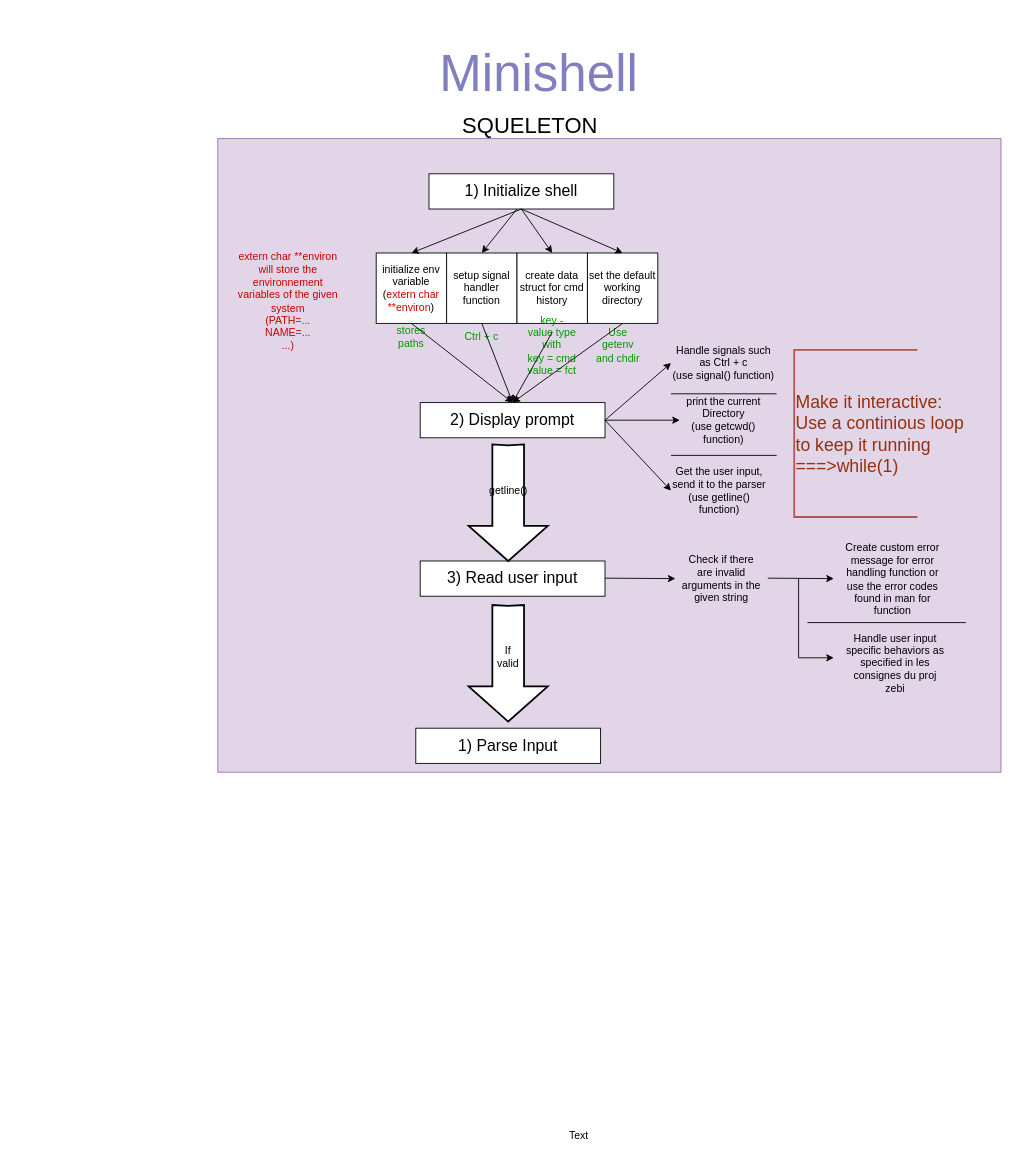
Before: Diagramme sans nom.drawio in Guilhemdk/Minishell_graph, a draw.io diagram. Source tidied: cells renumbered, new cells numbered last; positions are measured from the earlier drawing's top-left corner, leaving out a move shared by most shapes. Both pictures are drawn from the tidied source at 88%, with x=0, y=0 at pixel (217, 50).
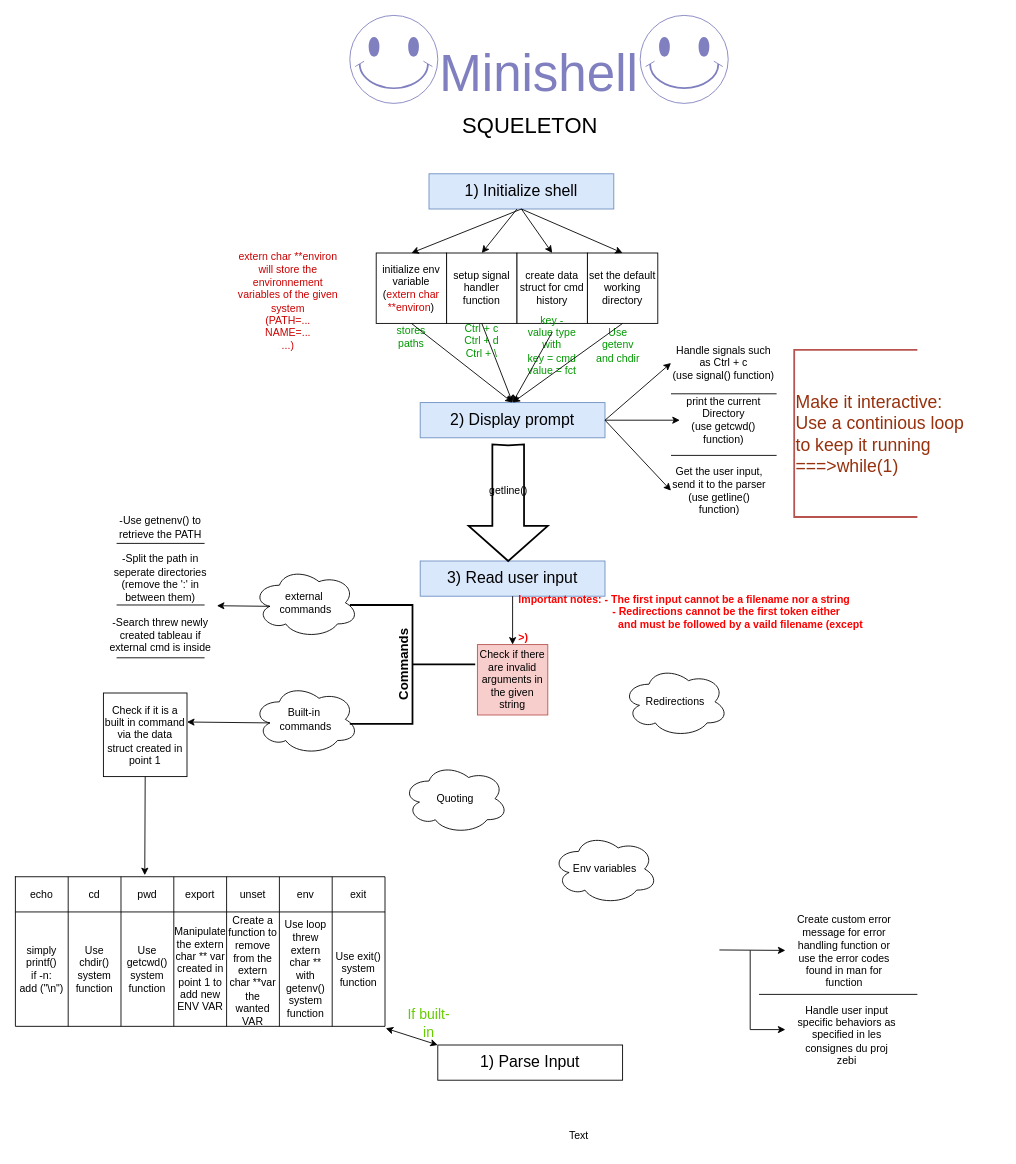
The same page after the edit.

What changed in the source:
```diff
@@
-    <mxCell id="2" style="rounded=0;whiteSpace=wrap;html=1;fillColor=#e1d5e7;strokeColor=#9673a6;" parent="1" vertex="1">
-      <mxGeometry y="100" width="890" height="720" as="geometry" />
-    </mxCell>
+    <mxCell id="47" value="Check if it is a built in command via the data struct created in point 1" style="whiteSpace=wrap;html=1;" parent="1" vertex="1">
+      <mxGeometry x="-130" y="730" width="95" height="95" as="geometry" />
+    </mxCell>
@@
-    <mxCell id="5" value="&lt;font style=&quot;font-size: 18px;&quot;&gt;2) Display prompt&lt;/font&gt;" style="rounded=0;whiteSpace=wrap;html=1;" parent="1" vertex="1">
+    <mxCell id="5" value="&lt;font style=&quot;font-size: 18px;&quot;&gt;2) Display prompt&lt;/font&gt;" style="rounded=0;whiteSpace=wrap;html=1;fillColor=#dae8fc;strokeColor=#6c8ebf;" parent="1" vertex="1">
       <mxGeometry x="230" y="400" width="210" height="40" as="geometry" />
     </mxCell>
-    <mxCell id="6" value="&lt;font style=&quot;font-size: 18px;&quot;&gt;3) Read user input&lt;br&gt;&lt;/font&gt;" style="rounded=0;whiteSpace=wrap;html=1;" parent="1" vertex="1">
+    <mxCell id="6" value="&lt;font style=&quot;font-size: 18px;&quot;&gt;3) Read user input&lt;br&gt;&lt;/font&gt;" style="rounded=0;whiteSpace=wrap;html=1;fillColor=#dae8fc;strokeColor=#6c8ebf;" parent="1" vertex="1">
       <mxGeometry x="230" y="580" width="210" height="40" as="geometry" />
     </mxCell>
     <mxCell id="7" value="&lt;font style=&quot;font-size: 18px;&quot;&gt;1) Parse Input&lt;br&gt;&lt;/font&gt;" style="rounded=0;whiteSpace=wrap;html=1;" parent="1" vertex="1">
-      <mxGeometry x="225" y="770" width="210" height="40" as="geometry" />
+      <mxGeometry x="250" y="1130" width="210" height="40" as="geometry" />
     </mxCell>
@@
-    <mxCell id="19" value="&lt;font style=&quot;font-size: 18px;&quot;&gt;1) Initialize shell&lt;/font&gt;" style="rounded=0;whiteSpace=wrap;html=1;" parent="1" vertex="1">
+    <mxCell id="19" value="&lt;font style=&quot;font-size: 18px;&quot;&gt;1) Initialize shell&lt;/font&gt;" style="rounded=0;whiteSpace=wrap;html=1;fillColor=#dae8fc;strokeColor=#6c8ebf;" parent="1" vertex="1">
       <mxGeometry x="240" y="140" width="210" height="40" as="geometry" />
     </mxCell>
@@
-    <mxCell id="24" value="&lt;font color=&quot;#009900&quot;&gt;Ctrl + c&lt;br&gt;&lt;/font&gt;" style="text;html=1;align=center;verticalAlign=middle;whiteSpace=wrap;rounded=0;" parent="1" vertex="1">
-      <mxGeometry x="270" y="310" width="60" height="30" as="geometry" />
+    <mxCell id="24" value="&lt;div&gt;&lt;font color=&quot;#009900&quot;&gt;Ctrl + c&lt;/font&gt;&lt;/div&gt;&lt;div&gt;&lt;font color=&quot;#009900&quot;&gt;Ctrl + d&lt;/font&gt;&lt;/div&gt;&lt;div&gt;&lt;font color=&quot;#009900&quot;&gt;Ctrl + \&lt;br&gt;&lt;/font&gt;&lt;/div&gt;" style="text;html=1;align=center;verticalAlign=middle;whiteSpace=wrap;rounded=0;" parent="1" vertex="1">
+      <mxGeometry x="270" y="310" width="60" height="40" as="geometry" />
     </mxCell>
@@
-    <mxCell id="36" style="endArrow=classic;html=1;rounded=0;" parent="1" edge="1">
-      <mxGeometry relative="1" as="geometry">
-        <mxPoint x="440" y="599.5" as="sourcePoint" />
-        <mxPoint x="520" y="600" as="targetPoint" />
-      </mxGeometry>
-    </mxCell>
-    <mxCell id="37" value="Check if there are invalid arguments in the given string" style="text;html=1;align=center;verticalAlign=middle;whiteSpace=wrap;rounded=0;" parent="1" vertex="1">
-      <mxGeometry x="525" y="567.5" width="95" height="65" as="geometry" />
-    </mxCell>
     <mxCell id="38" style="endArrow=classic;html=1;rounded=0;" parent="1" edge="1">
       <mxGeometry relative="1" as="geometry">
-        <mxPoint x="625" y="599.5" as="sourcePoint" />
-        <mxPoint x="700" y="600" as="targetPoint" />
+        <mxPoint x="570" y="1022" as="sourcePoint" />
+        <mxPoint x="645" y="1022.5" as="targetPoint" />
       </mxGeometry>
     </mxCell>
-    <mxCell id="39" style="verticalLabelPosition=bottom;verticalAlign=top;html=1;strokeWidth=2;shape=mxgraph.arrows2.arrow;dy=0.6;dx=40;notch=1;direction=south;" parent="1" vertex="1">
-      <mxGeometry x="285" y="630" width="90" height="132.5" as="geometry" />
-    </mxCell>
     <mxCell id="40" style="endArrow=classic;html=1;rounded=0;" parent="1" edge="1">
       <mxGeometry relative="1" as="geometry">
-        <mxPoint x="660" y="600" as="sourcePoint" />
-        <mxPoint x="700" y="690" as="targetPoint" />
+        <mxPoint x="605" y="1022.5" as="sourcePoint" />
+        <mxPoint x="645" y="1112.5" as="targetPoint" />
         <Array as="points">
-          <mxPoint x="660" y="690" />
+          <mxPoint x="605" y="1112.5" />
         </Array>
       </mxGeometry>
     </mxCell>
     <mxCell id="41" value="Handle user input specific behaviors as specified in les consignes du proj zebi" style="text;html=1;align=center;verticalAlign=middle;whiteSpace=wrap;rounded=0;" parent="1" vertex="1">
-      <mxGeometry x="710" y="661.2" width="120" height="70" as="geometry" />
+      <mxGeometry x="655" y="1083.8" width="120" height="70" as="geometry" />
     </mxCell>
     <mxCell id="42" style="endArrow=none;html=1;rounded=0;" parent="1" edge="1">
       <mxGeometry relative="1" as="geometry">
-        <mxPoint x="670" y="650" as="sourcePoint" />
-        <mxPoint x="850" y="650" as="targetPoint" />
+        <mxPoint x="615" y="1072.5" as="sourcePoint" />
+        <mxPoint x="795" y="1072.5" as="targetPoint" />
       </mxGeometry>
     </mxCell>
     <mxCell id="43" value="Create custom error message for error handling function or use the error codes found in man for function" style="text;html=1;align=center;verticalAlign=middle;whiteSpace=wrap;rounded=0;" parent="1" vertex="1">
-      <mxGeometry x="707" y="567.5" width="120" height="67.5" as="geometry" />
+      <mxGeometry x="652" y="990" width="120" height="67.5" as="geometry" />
     </mxCell>
-    <mxCell id="44" value="&lt;div&gt;If&lt;/div&gt;&lt;div&gt;valid&lt;br&gt;&lt;/div&gt;" style="text;html=1;align=center;verticalAlign=middle;whiteSpace=wrap;rounded=0;" parent="1" vertex="1">
-      <mxGeometry x="300" y="661.2" width="60" height="55" as="geometry" />
-    </mxCell>
@@
+    <mxCell id="48" value="&lt;div&gt;Built-in&amp;nbsp;&lt;/div&gt;&lt;div&gt;commands&lt;/div&gt;" style="ellipse;shape=cloud;whiteSpace=wrap;html=1;" parent="1" vertex="1">
+      <mxGeometry x="40" y="720" width="120" height="80" as="geometry" />
+    </mxCell>
+    <mxCell id="49" style="shape=table;startSize=0;childLayout=tableLayout;" parent="1" vertex="1">
+      <mxGeometry x="-230" y="938.8" width="420" height="170" as="geometry" />
+    </mxCell>
+    <mxCell id="50" style="shape=tableRow;horizontal=0;startSize=0;swimlaneHead=0;swimlaneBody=0;strokeColor=inherit;top=0;left=0;bottom=0;right=0;fillColor=none;points=[[0,0.5],[1,0.5]];portConstraint=eastwest;" parent="49" vertex="1">
+      <mxGeometry width="420" height="40" as="geometry" />
+    </mxCell>
+    <mxCell id="51" value="echo" style="shape=partialRectangle;html=1;whiteSpace=wrap;strokeColor=inherit;overflow=hidden;fillColor=none;top=0;left=0;bottom=0;right=0;" parent="50" vertex="1">
+      <mxGeometry width="60" height="40" as="geometry" />
+    </mxCell>
+    <mxCell id="52" value="cd" style="shape=partialRectangle;html=1;whiteSpace=wrap;strokeColor=inherit;overflow=hidden;fillColor=none;top=0;left=0;bottom=0;right=0;" parent="50" vertex="1">
+      <mxGeometry x="60" width="60" height="40" as="geometry" />
+    </mxCell>
+    <mxCell id="53" value="pwd" style="shape=partialRectangle;html=1;whiteSpace=wrap;strokeColor=inherit;overflow=hidden;fillColor=none;top=0;left=0;bottom=0;right=0;" parent="50" vertex="1">
+      <mxGeometry x="120" width="60" height="40" as="geometry" />
+    </mxCell>
+    <mxCell id="54" value="export" style="shape=partialRectangle;html=1;whiteSpace=wrap;strokeColor=inherit;overflow=hidden;fillColor=none;top=0;left=0;bottom=0;right=0;" parent="50" vertex="1">
+      <mxGeometry x="180" width="60" height="40" as="geometry" />
+    </mxCell>
+    <mxCell id="55" value="unset" style="shape=partialRectangle;html=1;whiteSpace=wrap;strokeColor=inherit;overflow=hidden;fillColor=none;top=0;left=0;bottom=0;right=0;" parent="50" vertex="1">
+      <mxGeometry x="240" width="60" height="40" as="geometry" />
+    </mxCell>
+    <mxCell id="56" value="env" style="shape=partialRectangle;html=1;whiteSpace=wrap;strokeColor=inherit;overflow=hidden;fillColor=none;top=0;left=0;bottom=0;right=0;" parent="50" vertex="1">
+      <mxGeometry x="300" width="60" height="40" as="geometry" />
+    </mxCell>
+    <mxCell id="57" value="exit" style="shape=partialRectangle;html=1;whiteSpace=wrap;strokeColor=inherit;overflow=hidden;fillColor=none;top=0;left=0;bottom=0;right=0;" parent="50" vertex="1">
+      <mxGeometry x="360" width="60" height="40" as="geometry" />
+    </mxCell>
+    <mxCell id="58" style="shape=tableRow;horizontal=0;startSize=0;swimlaneHead=0;swimlaneBody=0;strokeColor=inherit;top=0;left=0;bottom=0;right=0;fillColor=none;points=[[0,0.5],[1,0.5]];portConstraint=eastwest;" parent="49" vertex="1">
+      <mxGeometry y="40" width="420" height="130" as="geometry" />
+    </mxCell>
+    <mxCell id="59" value="&lt;div align=&quot;center&quot;&gt;simply printf()&lt;/div&gt;&lt;div align=&quot;center&quot;&gt;if -n:&lt;/div&gt;&lt;div align=&quot;center&quot;&gt;add (&quot;\n&quot;)&lt;br&gt;&lt;/div&gt;" style="shape=partialRectangle;html=1;whiteSpace=wrap;strokeColor=inherit;overflow=hidden;fillColor=none;top=0;left=0;bottom=0;right=0;" parent="58" vertex="1">
+      <mxGeometry width="60" height="130" as="geometry" />
+    </mxCell>
+    <mxCell id="60" value="Use chdir() system function" style="shape=partialRectangle;html=1;whiteSpace=wrap;strokeColor=inherit;overflow=hidden;fillColor=none;top=0;left=0;bottom=0;right=0;" parent="58" vertex="1">
+      <mxGeometry x="60" width="60" height="130" as="geometry" />
+    </mxCell>
+    <mxCell id="61" value="Use getcwd() system function" style="shape=partialRectangle;html=1;whiteSpace=wrap;strokeColor=inherit;overflow=hidden;fillColor=none;top=0;left=0;bottom=0;right=0;" parent="58" vertex="1">
+      <mxGeometry x="120" width="60" height="130" as="geometry" />
+    </mxCell>
+    <mxCell id="62" value="Manipulate the extern char ** var created in point 1 to add new ENV VAR " style="shape=partialRectangle;html=1;whiteSpace=wrap;strokeColor=inherit;overflow=hidden;fillColor=none;top=0;left=0;bottom=0;right=0;" parent="58" vertex="1">
+      <mxGeometry x="180" width="60" height="130" as="geometry" />
+    </mxCell>
+    <mxCell id="63" value="Create a function to remove from the extern char **var the wanted VAR" style="shape=partialRectangle;html=1;whiteSpace=wrap;strokeColor=inherit;overflow=hidden;fillColor=none;top=0;left=0;bottom=0;right=0;" parent="58" vertex="1">
+      <mxGeometry x="240" width="60" height="130" as="geometry" />
+    </mxCell>
+    <mxCell id="64" value="Use loop threw extern char ** with getenv() system function" style="shape=partialRectangle;html=1;whiteSpace=wrap;strokeColor=inherit;overflow=hidden;fillColor=none;top=0;left=0;bottom=0;right=0;" parent="58" vertex="1">
+      <mxGeometry x="300" width="60" height="130" as="geometry" />
+    </mxCell>
+    <mxCell id="65" value="Use exit() system function" style="shape=partialRectangle;html=1;whiteSpace=wrap;strokeColor=inherit;overflow=hidden;fillColor=none;top=0;left=0;bottom=0;right=0;" parent="58" vertex="1">
+      <mxGeometry x="360" width="60" height="130" as="geometry" />
+    </mxCell>
+    <mxCell id="66" style="verticalLabelPosition=bottom;verticalAlign=top;html=1;shape=mxgraph.basic.smiley;strokeColor=#8080C0;" parent="1" vertex="1">
+      <mxGeometry x="480" y="-40" width="100" height="100" as="geometry" />
+    </mxCell>
+    <mxCell id="67" style="verticalLabelPosition=bottom;verticalAlign=top;html=1;shape=mxgraph.basic.smiley;strokeColor=#8080C0;" parent="1" vertex="1">
+      <mxGeometry x="150" y="-40" width="100" height="100" as="geometry" />
+    </mxCell>
+    <mxCell id="68" style="endArrow=classic;html=1;rounded=0;exitX=0.5;exitY=1;exitDx=0;exitDy=0;entryX=0.5;entryY=0;entryDx=0;entryDy=0;" parent="1" edge="1" source="6">
+      <mxGeometry relative="1" as="geometry">
+        <mxPoint x="335" y="675" as="targetPoint" />
+      </mxGeometry>
+    </mxCell>
+    <mxCell id="37" value="Check if there are invalid arguments in the given string" style="whiteSpace=wrap;html=1;fillColor=#f8cecc;strokeColor=#b85450;" parent="1" vertex="1">
+      <mxGeometry x="295" y="675" width="80" height="80" as="geometry" />
+    </mxCell>
+    <mxCell id="69" value="&lt;div&gt;external&amp;nbsp;&lt;/div&gt;&lt;div&gt;commands&lt;/div&gt;" style="ellipse;shape=cloud;whiteSpace=wrap;html=1;" parent="1" vertex="1">
+      <mxGeometry x="40" y="587.5" width="120" height="80" as="geometry" />
+    </mxCell>
+    <mxCell id="70" style="endArrow=classic;html=1;rounded=0;exitX=0.5;exitY=1;exitDx=0;exitDy=0;entryX=0.35;entryY=-0.044;entryDx=0;entryDy=0;entryPerimeter=0;" parent="1" edge="1" source="47" target="50">
+      <mxGeometry relative="1" as="geometry" />
+    </mxCell>
+    <mxCell id="71" value="&lt;font color=&quot;#66cc00&quot; style=&quot;font-size: 16px;&quot;&gt;If built-in&lt;/font&gt;" style="text;html=1;align=center;verticalAlign=middle;whiteSpace=wrap;rounded=0;" parent="1" vertex="1">
+      <mxGeometry x="210" y="1090" width="60" height="30" as="geometry" />
+    </mxCell>
+    <mxCell id="72" style="strokeWidth=2;html=1;shape=mxgraph.flowchart.annotation_2;align=left;labelPosition=right;direction=west;" parent="1" vertex="1">
+      <mxGeometry x="150" y="630" width="142.5" height="135" as="geometry" />
+    </mxCell>
+    <mxCell id="73" style="endArrow=classic;startArrow=classic;html=1;rounded=0;entryX=0;entryY=0;entryDx=0;entryDy=0;exitX=1.002;exitY=1.017;exitDx=0;exitDy=0;exitPerimeter=0;" parent="1" edge="1" source="58" target="7">
+      <mxGeometry relative="1" as="geometry" />
+    </mxCell>
+    <mxCell id="74" style="endArrow=classic;html=1;rounded=0;exitX=0.16;exitY=0.55;exitDx=0;exitDy=0;exitPerimeter=0;entryX=1;entryY=0.347;entryDx=0;entryDy=0;entryPerimeter=0;" parent="1" edge="1" source="48" target="47">
+      <mxGeometry relative="1" as="geometry" />
+    </mxCell>
+    <mxCell id="75" value="&lt;b&gt;&lt;font style=&quot;font-size: 15px;&quot;&gt;Commands&lt;/font&gt;&lt;/b&gt;" style="text;html=1;align=center;verticalAlign=middle;whiteSpace=wrap;rounded=0;rotation=270;" parent="1" vertex="1">
+      <mxGeometry x="180" y="682.5" width="60" height="30" as="geometry" />
+    </mxCell>
+    <mxCell id="76" value="&lt;div align=&quot;left&quot;&gt;&lt;font color=&quot;#ff0000&quot;&gt;&lt;b&gt;Important notes: - The first input cannot be a filename nor a string&lt;/b&gt;&lt;/font&gt;&lt;/div&gt;&lt;div align=&quot;left&quot;&gt;&lt;font color=&quot;#ff0000&quot;&gt;&lt;b&gt;&lt;span style=&quot;white-space: pre;&quot;&gt;&#9;&lt;/span&gt;&lt;span style=&quot;white-space: pre;&quot;&gt;&#9;&lt;/span&gt;&lt;span style=&quot;white-space: pre;&quot;&gt;&#9;&lt;/span&gt;&lt;span style=&quot;white-space: pre;&quot;&gt;&#9;&lt;/span&gt;- Redirections cannot be the first token either &lt;span style=&quot;white-space: pre;&quot;&gt;&#9;&lt;/span&gt;&lt;span style=&quot;white-space: pre;&quot;&gt;&#9;&lt;/span&gt;&lt;span style=&quot;white-space: pre;&quot;&gt;&#9;&lt;/span&gt;&lt;span style=&quot;white-space: pre;&quot;&gt;&#9;&lt;/span&gt;&amp;nbsp; and must be followed by a vaild filename (except &amp;gt;)&lt;br&gt;&lt;/b&gt;&lt;/font&gt;&lt;/div&gt;" style="text;html=1;align=left;verticalAlign=middle;whiteSpace=wrap;rounded=0;" parent="1" vertex="1">
+      <mxGeometry x="340" y="620" width="400" height="50" as="geometry" />
+    </mxCell>
+    <mxCell id="77" value="&lt;div&gt;-Use getnenv() to retrieve the PATH&lt;/div&gt;&lt;div&gt;&lt;br&gt;&lt;/div&gt;&lt;div&gt;-Split the path in seperate directories (remove the ':' in between them)&lt;/div&gt;&lt;div&gt;&lt;br&gt;&lt;/div&gt;&lt;div&gt;-Search threw newly created tableau if external cmd is inside&lt;br&gt;&lt;/div&gt;&lt;div&gt;&lt;br&gt;&lt;/div&gt;" style="text;html=1;align=center;verticalAlign=middle;whiteSpace=wrap;rounded=0;" parent="1" vertex="1">
+      <mxGeometry x="-130" y="520" width="130" height="187.5" as="geometry" />
+    </mxCell>
+    <mxCell id="78" style="endArrow=classic;html=1;rounded=0;exitX=0.16;exitY=0.55;exitDx=0;exitDy=0;exitPerimeter=0;entryX=0.992;entryY=0.591;entryDx=0;entryDy=0;entryPerimeter=0;" parent="1" edge="1" source="69" target="77">
+      <mxGeometry relative="1" as="geometry" />
+    </mxCell>
+    <mxCell id="79" style="endArrow=none;html=1;rounded=0;" parent="1" edge="1">
+      <mxGeometry relative="1" as="geometry">
+        <mxPoint x="-115" y="560" as="sourcePoint" />
+        <mxPoint x="-15" y="560" as="targetPoint" />
+        <Array as="points">
+          <mxPoint x="-35" y="560" />
+        </Array>
+      </mxGeometry>
+    </mxCell>
+    <mxCell id="80" style="endArrow=none;html=1;rounded=0;" parent="1" edge="1">
+      <mxGeometry relative="1" as="geometry">
+        <mxPoint x="-115" y="630" as="sourcePoint" />
+        <mxPoint x="-15" y="630" as="targetPoint" />
+      </mxGeometry>
+    </mxCell>
+    <mxCell id="81" style="endArrow=none;html=1;rounded=0;" parent="1" edge="1">
+      <mxGeometry relative="1" as="geometry">
+        <mxPoint x="-115" y="690" as="sourcePoint" />
+        <mxPoint x="-15" y="690" as="targetPoint" />
+      </mxGeometry>
+    </mxCell>
+    <mxCell id="82" value="Redirections" style="ellipse;shape=cloud;whiteSpace=wrap;html=1;" parent="1" vertex="1">
+      <mxGeometry x="460" y="700" width="120" height="80" as="geometry" />
+    </mxCell>
+    <mxCell id="83" value="Env variables" style="ellipse;shape=cloud;whiteSpace=wrap;html=1;" parent="1" vertex="1">
+      <mxGeometry x="380" y="890" width="120" height="80" as="geometry" />
+    </mxCell>
+    <mxCell id="84" value="Quoting" style="ellipse;shape=cloud;whiteSpace=wrap;html=1;" parent="1" vertex="1">
+      <mxGeometry x="210" y="810" width="120" height="80" as="geometry" />
+    </mxCell>
```
